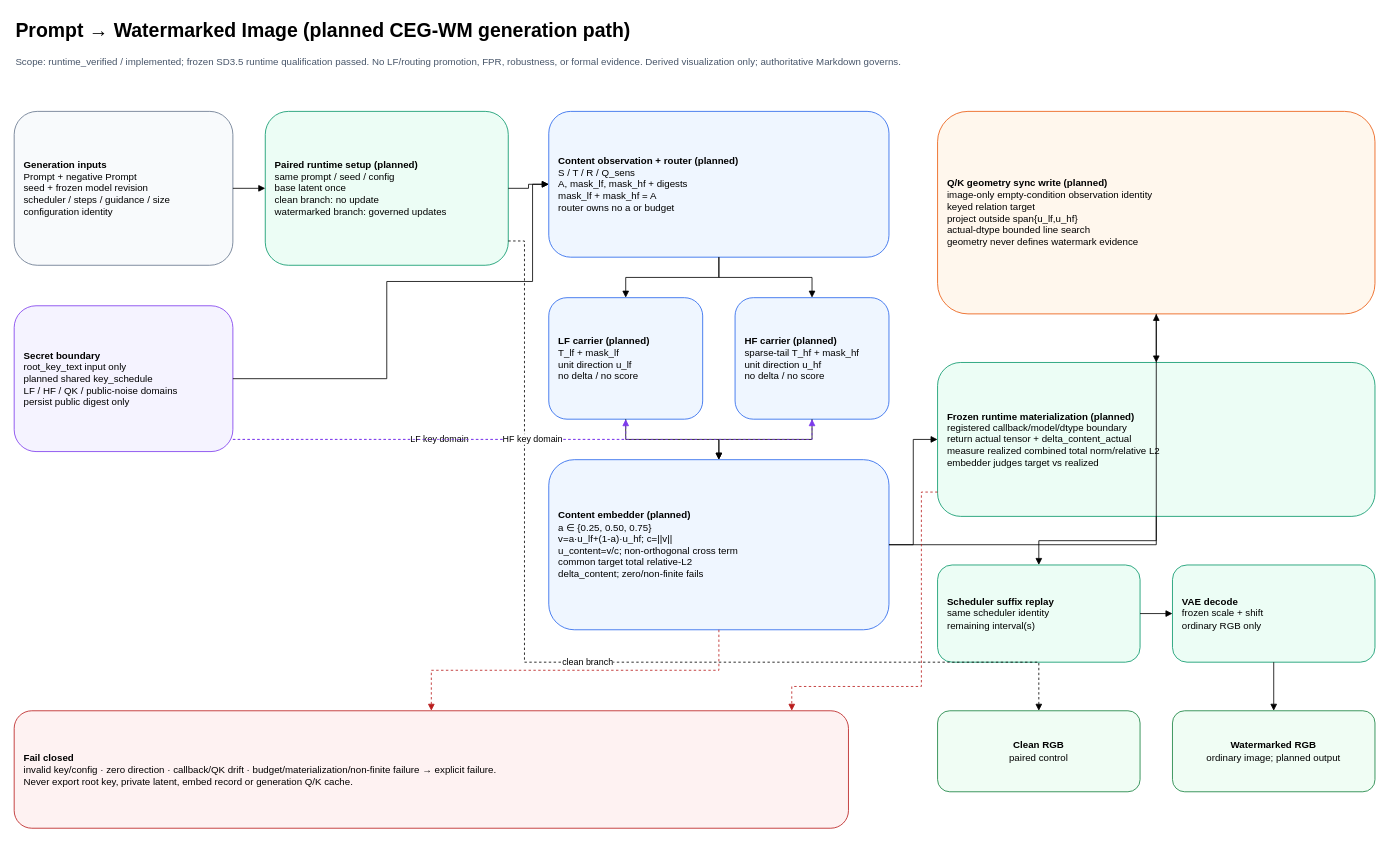
RICHAAARC/CEG-WM keeps this draw.io diagram as docs/design/diagrams/prompt_to_watermarked_image.drawio. Above is the earlier version. Source tidied: cells renumbered, new cells numbered last; positions are measured from the earlier drawing's top-left corner, leaving out a move shared by most shapes. Both pictures are drawn from the tidied source at 81%, with x=0, y=0 at pixel (14, 14).
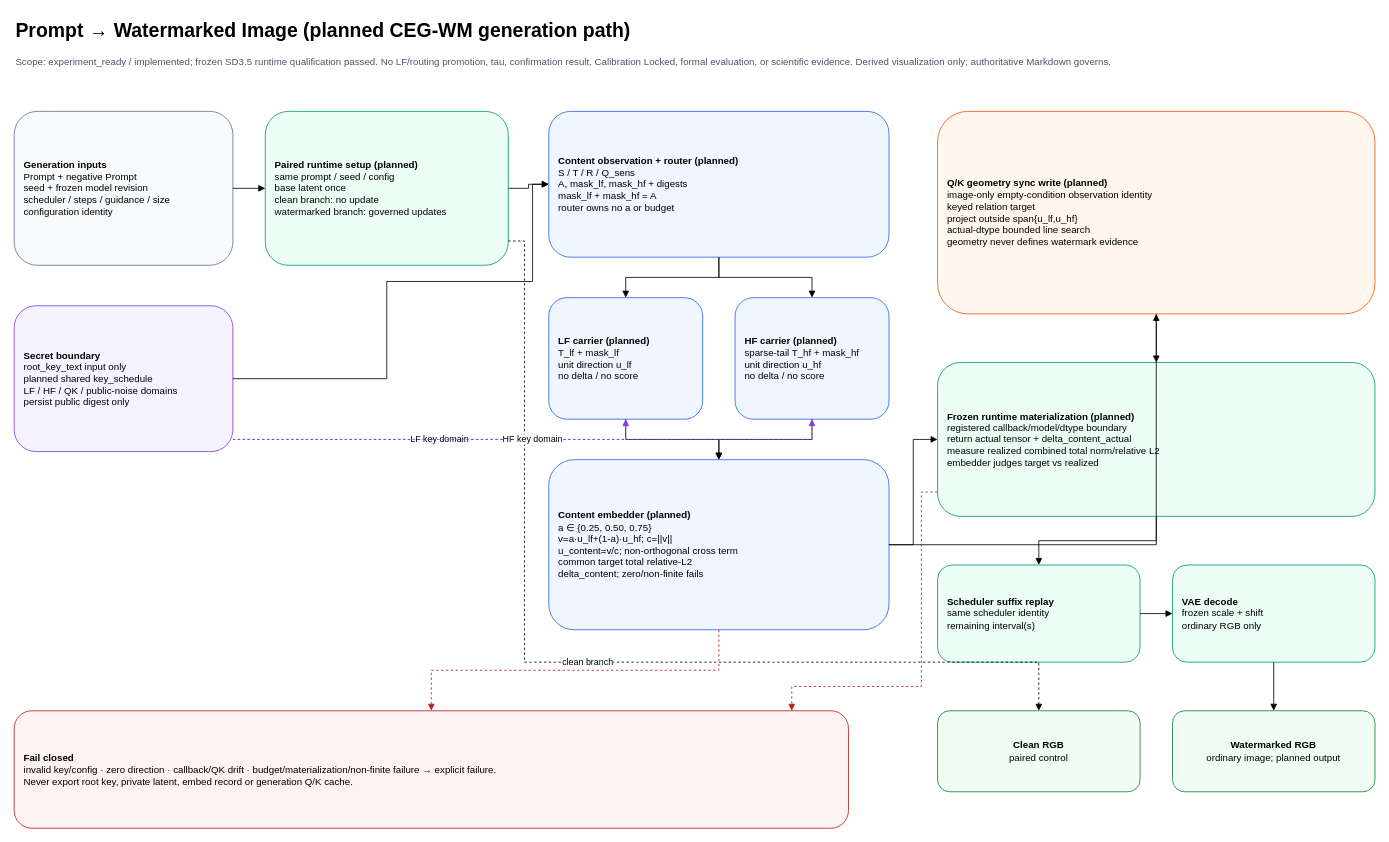
The same page after the edit.

The edit, as a diff of the source:
```diff
@@
-    <mxCell id="3" value="Scope: runtime_verified / implemented; frozen SD3.5 runtime qualification passed. No LF/routing promotion, FPR, robustness, or formal evidence. Derived visualization only; authoritative Markdown governs." style="text;html=1;fontSize=12;align=left;fontColor=#475569;" parent="1" vertex="1">
+    <mxCell id="3" value="Scope: experiment_ready / implemented; frozen SD3.5 runtime qualification passed. No LF/routing promotion, tau, confirmation result, Calibration Locked, formal evaluation, or scientific evidence. Derived visualization only; authoritative Markdown governs." style="text;html=1;fontSize=12;align=left;fontColor=#475569;" parent="1" vertex="1">
       <mxGeometry y="45" width="1500" height="40" as="geometry" />
     </mxCell>
```
